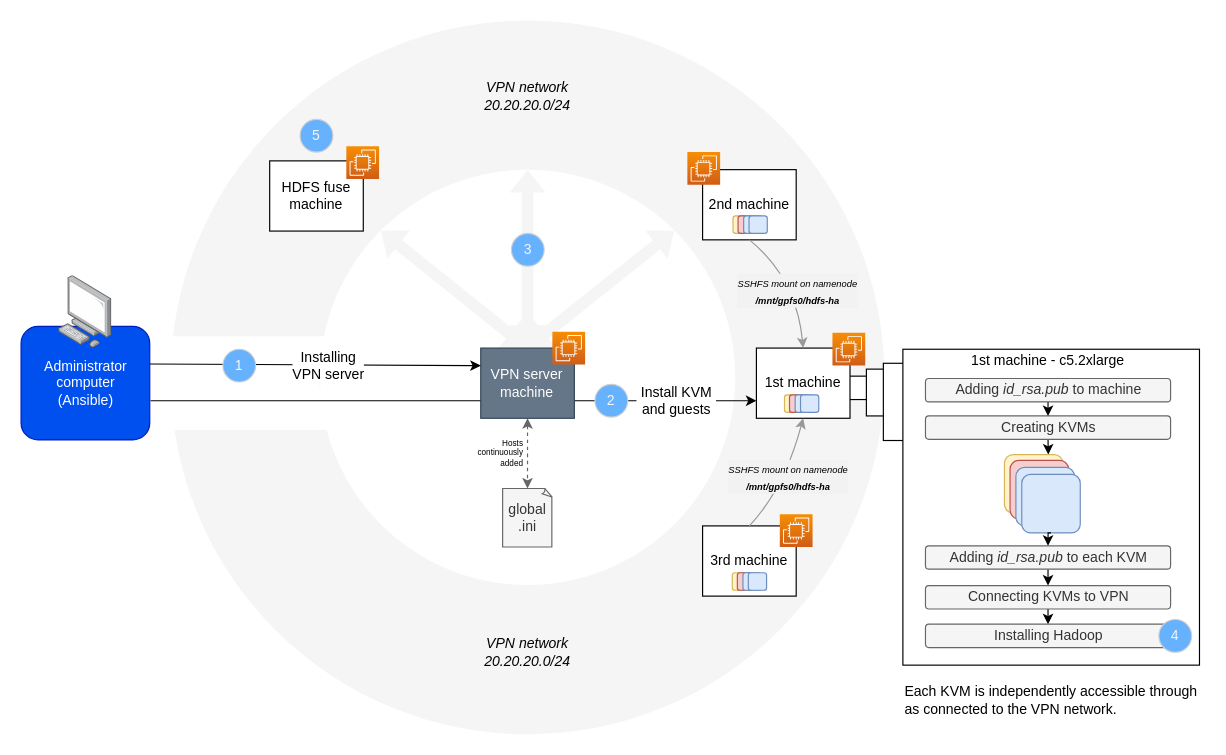
flavienbwk/aws-terraform-ansible-kvm-hadoop keeps this draw.io diagram as chaining.drawio. Above is the earlier version. Source tidied: cells renumbered, new cells numbered last; positions are measured from the earlier drawing's top-left corner, leaving out a move shared by most shapes. Both pictures are drawn from the tidied source at 117%, with x=0, y=0 at pixel (21, 20).
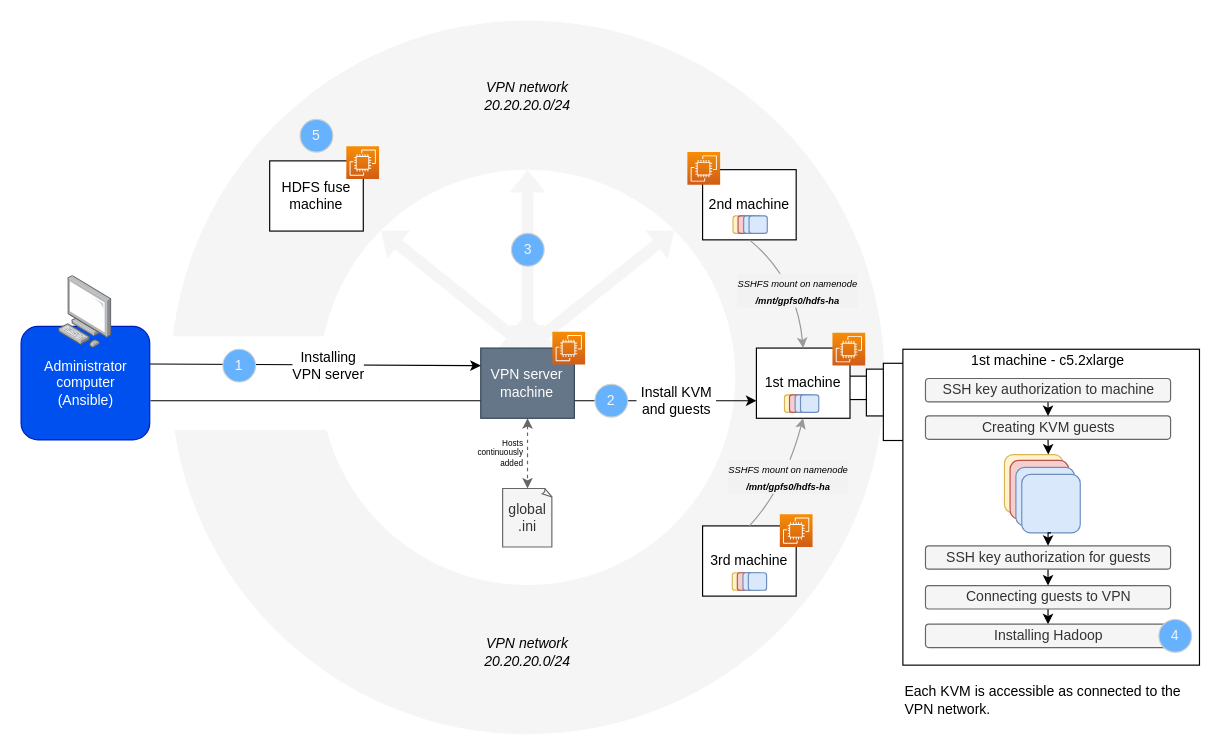
Above is the later version.

Commit message (it also covers changes not shown here):
Clarifying install steps

Change to the diagram source:
```diff
@@
-    <mxCell id="19" value="Creating KVMs" style="rounded=1;whiteSpace=wrap;html=1;shadow=0;fillColor=#f5f5f5;strokeColor=#666666;fontColor=#333333;" parent="1" vertex="1">
+    <mxCell id="19" value="Creating KVM guests" style="rounded=1;whiteSpace=wrap;html=1;shadow=0;fillColor=#f5f5f5;strokeColor=#666666;fontColor=#333333;" parent="1" vertex="1">
       <mxGeometry x="772.5" y="338" width="209.5" height="20" as="geometry" />
     </mxCell>
@@
-    <mxCell id="21" value="Connecting KVMs to VPN" style="rounded=1;whiteSpace=wrap;html=1;shadow=0;fillColor=#f5f5f5;strokeColor=#666666;fontColor=#333333;" parent="1" vertex="1">
+    <mxCell id="21" value="Connecting guests to VPN" style="rounded=1;whiteSpace=wrap;html=1;shadow=0;fillColor=#f5f5f5;strokeColor=#666666;fontColor=#333333;" parent="1" vertex="1">
       <mxGeometry x="772.5" y="483" width="209.5" height="20" as="geometry" />
     </mxCell>
@@
-    <mxCell id="23" value="Adding &lt;i&gt;id_rsa.pub&lt;/i&gt; to each KVM" style="rounded=1;whiteSpace=wrap;html=1;shadow=0;fillColor=#f5f5f5;strokeColor=#666666;fontColor=#333333;" parent="1" vertex="1">
+    <mxCell id="23" value="SSH key authorization for guests" style="rounded=1;whiteSpace=wrap;html=1;shadow=0;fillColor=#f5f5f5;strokeColor=#666666;fontColor=#333333;" parent="1" vertex="1">
       <mxGeometry x="772.5" y="449" width="209.5" height="20" as="geometry" />
     </mxCell>
@@
-    <mxCell id="31" value="Adding &lt;i&gt;id_rsa.pub&lt;/i&gt; to machine" style="rounded=1;whiteSpace=wrap;html=1;shadow=0;fillColor=#f5f5f5;strokeColor=#666666;fontColor=#333333;" parent="1" vertex="1">
+    <mxCell id="31" value="SSH key authorization to machine" style="rounded=1;whiteSpace=wrap;html=1;shadow=0;fillColor=#f5f5f5;strokeColor=#666666;fontColor=#333333;" parent="1" vertex="1">
       <mxGeometry x="772.5" y="306" width="209.5" height="20" as="geometry" />
     </mxCell>
@@
-    <mxCell id="40" value="&lt;span&gt;Each KVM is independently accessible through as connected to the VPN network.&lt;/span&gt;" style="text;html=1;strokeColor=none;fillColor=none;align=left;verticalAlign=middle;whiteSpace=wrap;rounded=0;shadow=0;dashed=1;fontStyle=0;" parent="1" vertex="1">
+    <mxCell id="40" value="&lt;span&gt;Each KVM is accessible as connected to the VPN network.&lt;/span&gt;" style="text;html=1;strokeColor=none;fillColor=none;align=left;verticalAlign=middle;whiteSpace=wrap;rounded=0;shadow=0;dashed=1;fontStyle=0;" parent="1" vertex="1">
       <mxGeometry x="753.2" y="561" width="258.8" height="40" as="geometry" />
     </mxCell>
```
